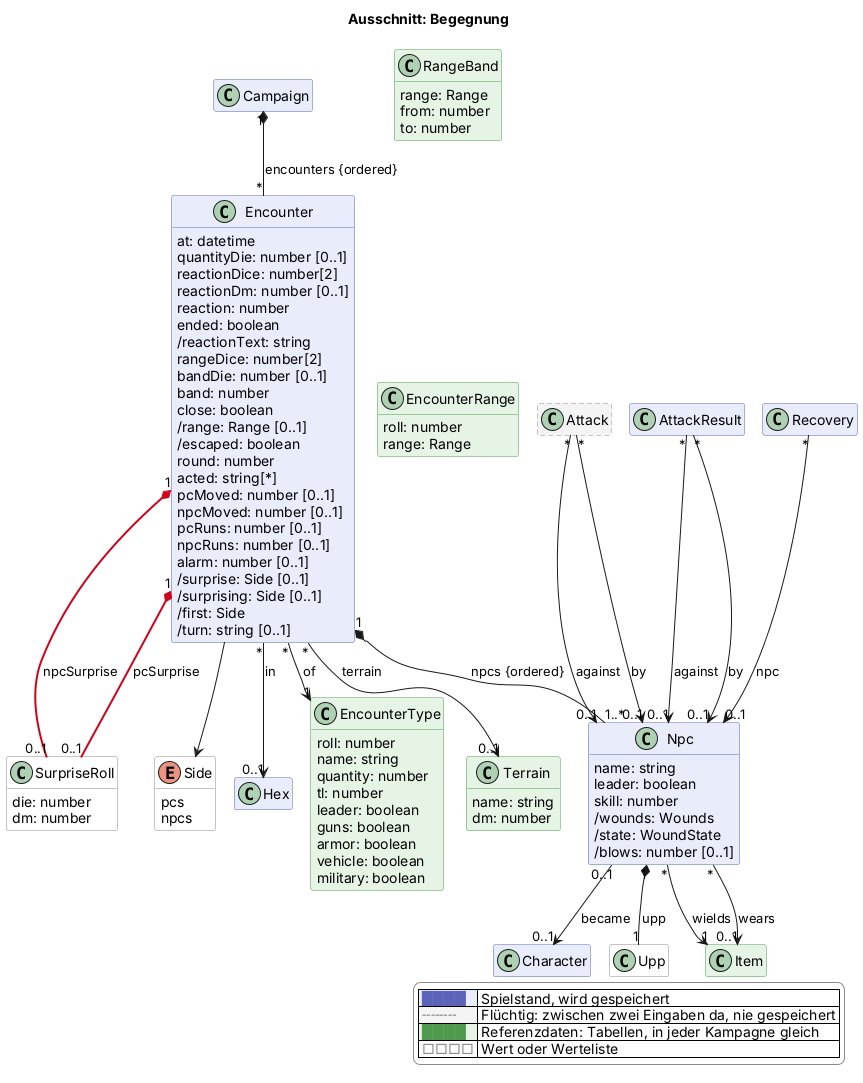
The PlantUML diagram docs/views/begegnung.png in scuzzar/SRE, before a commit.
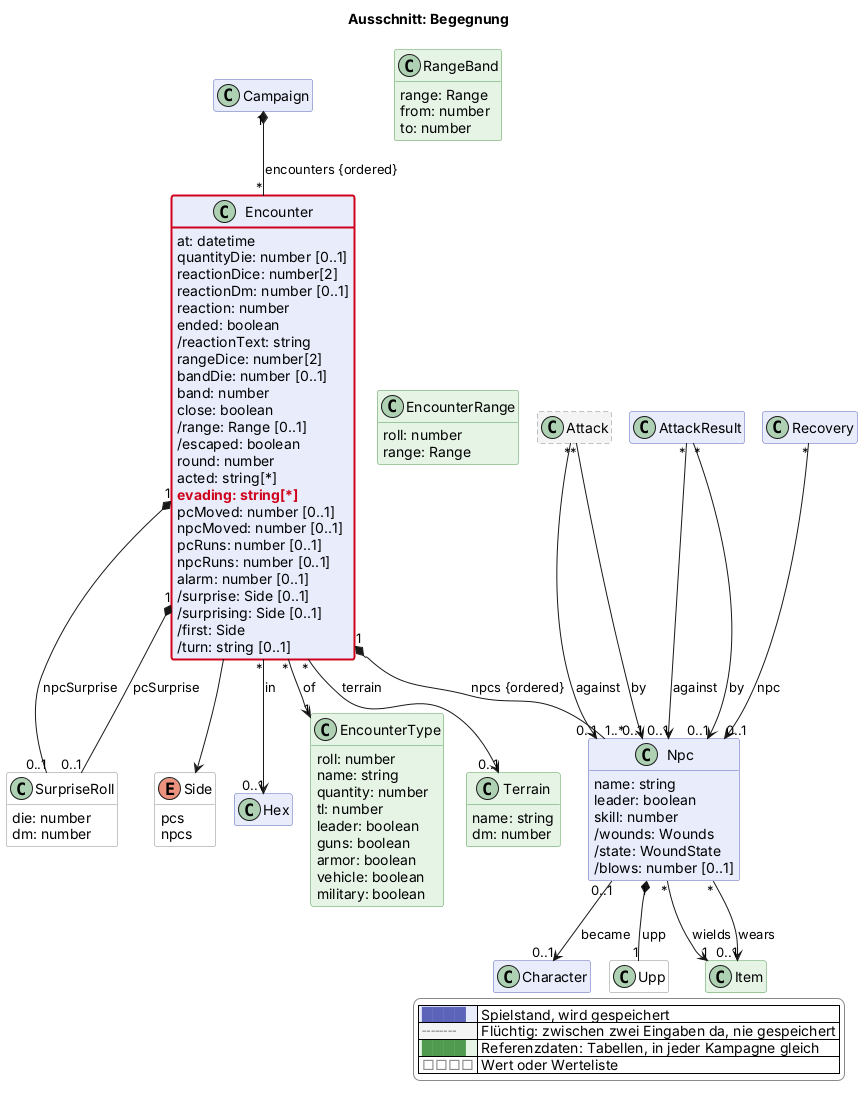
After the change.

Diff of the diagram source:
```diff
@@ -87,6 +87,7 @@
     /escaped: boolean
     round: number
     acted: string[*]
+    $new("2026-11-08b", "evading: string[*]")
     pcMoved: number [0..1]
     npcMoved: number [0..1]
     pcRuns: number [0..1]
@@ -157,8 +158,8 @@
 Campaign "1" *-- "*" Encounter : encounters {ordered}
 Encounter "*" --> "1" EncounterType : of
 Encounter "*" --> "0..1" Terrain : terrain
-Encounter "1" *-$newArrow("2026-11-08")- "0..1" SurpriseRoll : pcSurprise
-Encounter "1" *-$newArrow("2026-11-08")- "0..1" SurpriseRoll : npcSurprise
+Encounter "1" *-- "0..1" SurpriseRoll : pcSurprise
+Encounter "1" *-- "0..1" SurpriseRoll : npcSurprise
 Encounter --> Side
 EncounterRange -[hidden]- Terrain
 RangeBand -[hidden]- EncounterRange
@@ -177,4 +178,5 @@
   |<#e6f4e6> <color:#4f9a4f>████</color> | Referenzdaten: Tabellen, in jeder Kampagne gleich |
   |<#ffffff> <color:#8a8a8a>□□□□</color> | Wert oder Werteliste |
 endlegend
+class Encounter #line:d0021b;line.bold
 @enduml
```
